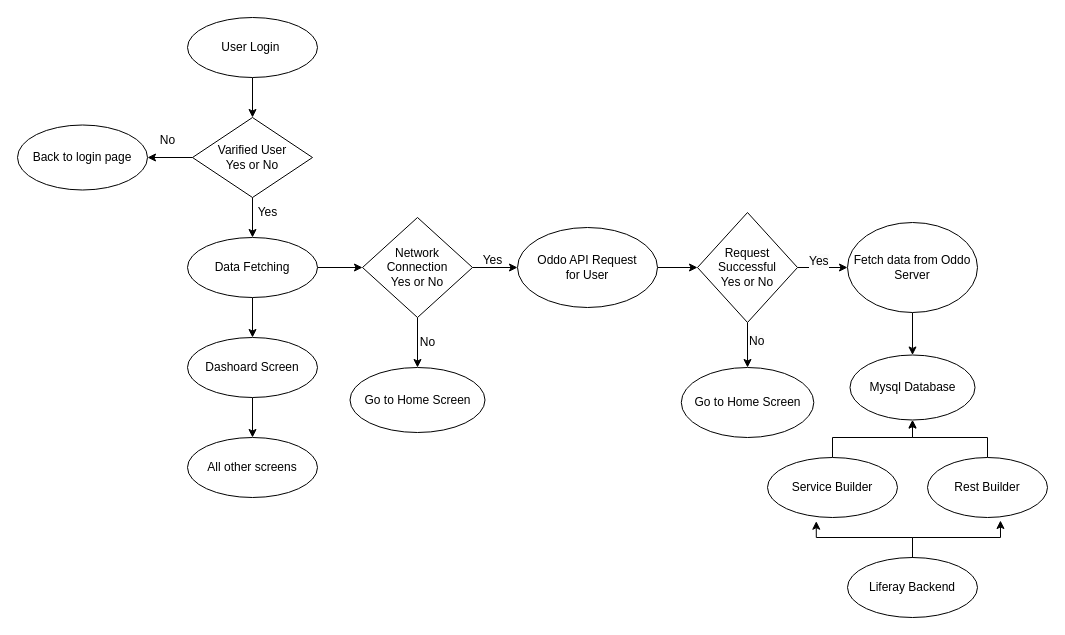
This is Untitled Diagram.drawio from Jayt257/EasyFood, a draw.io file, before an edit. Source tidied: cells renumbered, new cells numbered last; positions are measured from the earlier drawing's top-left corner, leaving out a move shared by most shapes. Both pictures are drawn from the tidied source at 100%, with x=0, y=0 at pixel (17, 17).
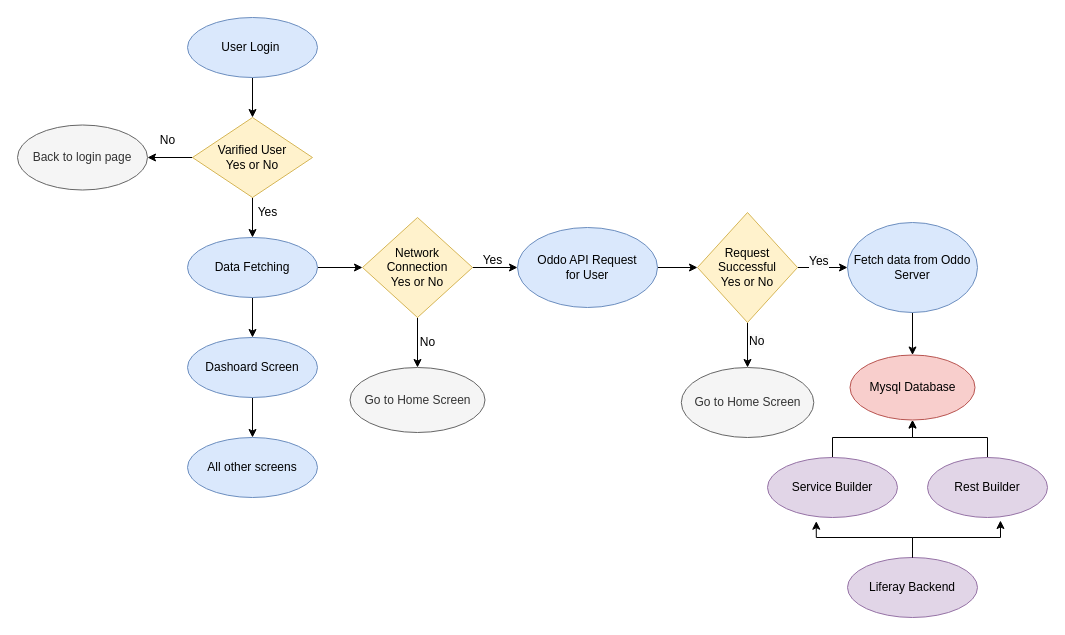
After the change.

Diff of the diagram source:
```diff
@@
-    <mxCell id="3" value="User Login&amp;nbsp;" style="ellipse;whiteSpace=wrap;html=1;" parent="1" vertex="1">
+    <mxCell id="3" value="User Login&amp;nbsp;" style="ellipse;whiteSpace=wrap;html=1;fillColor=#dae8fc;strokeColor=#6c8ebf;" parent="1" vertex="1">
       <mxGeometry x="170" width="130" height="60" as="geometry" />
     </mxCell>
@@
-    <mxCell id="5" value="Dashoard Screen" style="ellipse;whiteSpace=wrap;html=1;" parent="1" vertex="1">
+    <mxCell id="5" value="Dashoard Screen" style="ellipse;whiteSpace=wrap;html=1;fillColor=#dae8fc;strokeColor=#6c8ebf;" parent="1" vertex="1">
       <mxGeometry x="170" y="320" width="130" height="60" as="geometry" />
     </mxCell>
-    <mxCell id="6" value="Back to login page" style="ellipse;whiteSpace=wrap;html=1;" parent="1" vertex="1">
+    <mxCell id="6" value="Back to login page" style="ellipse;whiteSpace=wrap;html=1;fillColor=#f5f5f5;strokeColor=#666666;fontColor=#333333;" parent="1" vertex="1">
       <mxGeometry y="107.5" width="130" height="65" as="geometry" />
     </mxCell>
@@
-    <mxCell id="9" value="Data Fetching" style="ellipse;whiteSpace=wrap;html=1;" parent="1" vertex="1">
+    <mxCell id="9" value="Data Fetching" style="ellipse;whiteSpace=wrap;html=1;fillColor=#dae8fc;strokeColor=#6c8ebf;" parent="1" vertex="1">
       <mxGeometry x="170" y="220" width="130" height="60" as="geometry" />
     </mxCell>
@@
-    <mxCell id="12" value="Varified User&lt;div&gt;Yes or No&lt;/div&gt;" style="rhombus;whiteSpace=wrap;html=1;" parent="1" vertex="1">
+    <mxCell id="12" value="Varified User&lt;div&gt;Yes or No&lt;/div&gt;" style="rhombus;whiteSpace=wrap;html=1;fillColor=#fff2cc;strokeColor=#d6b656;" parent="1" vertex="1">
       <mxGeometry x="175" y="100" width="120" height="80" as="geometry" />
     </mxCell>
@@
-    <mxCell id="14" value="Oddo API Request&lt;div&gt;for User&lt;/div&gt;" style="ellipse;whiteSpace=wrap;html=1;" parent="1" vertex="1">
+    <mxCell id="14" value="Oddo API Request&lt;div&gt;for User&lt;/div&gt;" style="ellipse;whiteSpace=wrap;html=1;fillColor=#dae8fc;strokeColor=#6c8ebf;" parent="1" vertex="1">
       <mxGeometry x="500" y="210" width="140" height="80" as="geometry" />
     </mxCell>
-    <mxCell id="15" value="Go to Home Screen" style="ellipse;whiteSpace=wrap;html=1;" parent="1" vertex="1">
+    <mxCell id="15" value="Go to Home Screen" style="ellipse;whiteSpace=wrap;html=1;fillColor=#f5f5f5;strokeColor=#666666;fontColor=#333333;" parent="1" vertex="1">
       <mxGeometry x="332.5" y="350" width="135" height="65" as="geometry" />
     </mxCell>
-    <mxCell id="16" value="All other screens" style="ellipse;whiteSpace=wrap;html=1;" parent="1" vertex="1">
+    <mxCell id="16" value="All other screens" style="ellipse;whiteSpace=wrap;html=1;fillColor=#dae8fc;strokeColor=#6c8ebf;" parent="1" vertex="1">
       <mxGeometry x="170" y="420" width="130" height="60" as="geometry" />
     </mxCell>
@@
-    <mxCell id="19" value="Network Connection&lt;div&gt;Yes or No&lt;/div&gt;" style="rhombus;whiteSpace=wrap;html=1;" parent="1" vertex="1">
+    <mxCell id="19" value="Network Connection&lt;div&gt;Yes or No&lt;/div&gt;" style="rhombus;whiteSpace=wrap;html=1;fillColor=#fff2cc;strokeColor=#d6b656;" parent="1" vertex="1">
       <mxGeometry x="345" y="200" width="110" height="100" as="geometry" />
     </mxCell>
@@
-    <mxCell id="22" value="Request Successful&lt;div&gt;Yes or No&lt;/div&gt;" style="rhombus;whiteSpace=wrap;html=1;" parent="1" vertex="1">
+    <mxCell id="22" value="Request Successful&lt;div&gt;Yes or No&lt;/div&gt;" style="rhombus;whiteSpace=wrap;html=1;fillColor=#fff2cc;strokeColor=#d6b656;" parent="1" vertex="1">
       <mxGeometry x="680" y="195" width="100" height="110" as="geometry" />
     </mxCell>
-    <mxCell id="23" value="Go to Home Screen" style="ellipse;whiteSpace=wrap;html=1;" parent="1" vertex="1">
+    <mxCell id="23" value="Go to Home Screen" style="ellipse;whiteSpace=wrap;html=1;fillColor=#f5f5f5;strokeColor=#666666;fontColor=#333333;" parent="1" vertex="1">
       <mxGeometry x="663.8" y="350" width="132.5" height="70" as="geometry" />
     </mxCell>
@@
-    <mxCell id="25" value="Fetch data from Oddo Server" style="ellipse;whiteSpace=wrap;html=1;" parent="1" vertex="1">
+    <mxCell id="25" value="Fetch data from Oddo Server" style="ellipse;whiteSpace=wrap;html=1;fillColor=#dae8fc;strokeColor=#6c8ebf;" parent="1" vertex="1">
       <mxGeometry x="830" y="205" width="130" height="90" as="geometry" />
     </mxCell>
-    <mxCell id="26" value="Liferay Backend" style="ellipse;whiteSpace=wrap;html=1;" parent="1" vertex="1">
+    <mxCell id="26" value="Liferay Backend" style="ellipse;whiteSpace=wrap;html=1;fillColor=#e1d5e7;strokeColor=#9673a6;" parent="1" vertex="1">
       <mxGeometry x="830" y="540" width="130" height="60" as="geometry" />
     </mxCell>
-    <mxCell id="27" value="Mysql Database" style="ellipse;whiteSpace=wrap;html=1;" parent="1" vertex="1">
+    <mxCell id="27" value="Mysql Database" style="ellipse;whiteSpace=wrap;html=1;fillColor=#f8cecc;strokeColor=#b85450;" parent="1" vertex="1">
       <mxGeometry x="832.5" y="337.5" width="125" height="65" as="geometry" />
     </mxCell>
@@
-    <mxCell id="29" value="Service Builder" style="ellipse;whiteSpace=wrap;html=1;" parent="1" vertex="1">
+    <mxCell id="29" value="Service Builder" style="ellipse;whiteSpace=wrap;html=1;fillColor=#e1d5e7;strokeColor=#9673a6;" parent="1" vertex="1">
       <mxGeometry x="750" y="440" width="130" height="60" as="geometry" />
     </mxCell>
@@
-    <mxCell id="31" value="Rest Builder" style="ellipse;whiteSpace=wrap;html=1;" parent="1" vertex="1">
+    <mxCell id="31" value="Rest Builder" style="ellipse;whiteSpace=wrap;html=1;fillColor=#e1d5e7;strokeColor=#9673a6;" parent="1" vertex="1">
       <mxGeometry x="910" y="440" width="120" height="60" as="geometry" />
     </mxCell>
```
